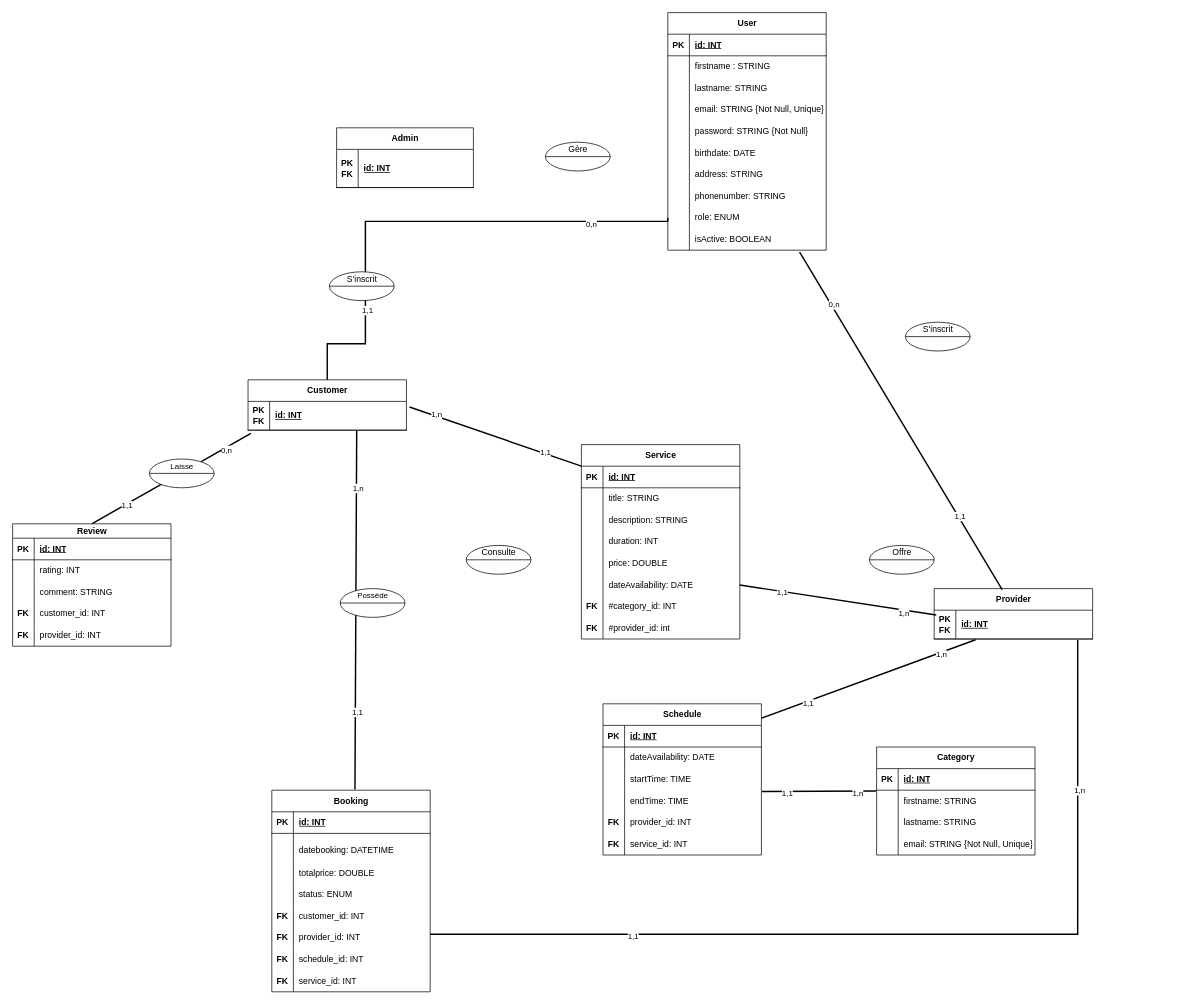
The draw.io diagram BB_diagrams_entite.drawio in Steony/BeautyBookerApp, before the edit. Source tidied: cells renumbered, new cells numbered last; positions are measured from the earlier drawing's top-left corner, leaving out a move shared by most shapes. Both pictures are drawn from the tidied source at 72%, with x=0, y=0 at pixel (12, 12).
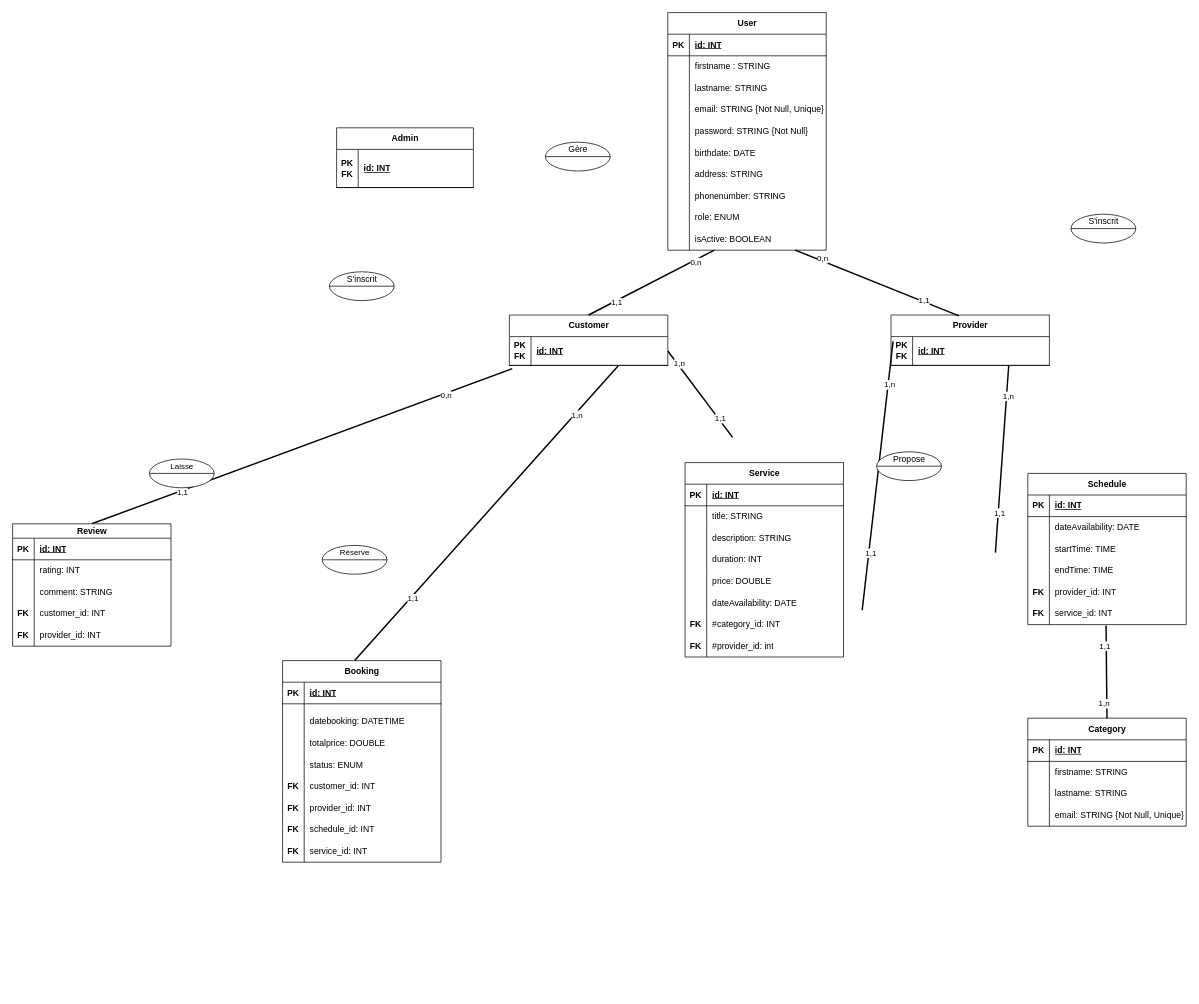
Above is the later version.

Commit message (it also covers changes not shown here):
Mettre à jour BB_diagrams_entite.drawio

The change refers to these unchanged cells:
```xml
<mxCell id="27" style="shape=tableRow;horizontal=0;startSize=0;swimlaneHead=0;swimlaneBody=0;fillColor=none;points=[[0,0.5],[1,0.5]];portConstraint=eastwest;top=0;left=0;right=0;bottom=0;" parent="2" vertex="1">
  <mxGeometry y="270" width="220" height="30" as="geometry" />
</mxCell>
<mxCell id="30" style="shape=tableRow;horizontal=0;startSize=0;swimlaneHead=0;swimlaneBody=0;fillColor=none;points=[[0,0.5],[1,0.5]];portConstraint=eastwest;top=0;left=0;right=0;bottom=0;" parent="2" vertex="1">
  <mxGeometry y="300" width="220" height="30" as="geometry" />
</mxCell>
<mxCell id="34" style="shape=tableRow;horizontal=0;startSize=0;swimlaneHead=0;swimlaneBody=0;fillColor=none;points=[[0,0.5],[1,0.5]];portConstraint=eastwest;top=0;left=0;right=0;bottom=1;" parent="33" vertex="1">
  <mxGeometry y="30" width="220" height="40" as="geometry" />
</mxCell>
<mxCell id="38" style="shape=tableRow;horizontal=0;startSize=0;swimlaneHead=0;swimlaneBody=0;fillColor=none;points=[[0,0.5],[1,0.5]];portConstraint=eastwest;top=0;left=0;right=0;bottom=1;" parent="37" vertex="1">
  <mxGeometry y="30" width="220" height="40" as="geometry" />
</mxCell>
<mxCell id="49" style="shape=tableRow;horizontal=0;startSize=0;swimlaneHead=0;swimlaneBody=0;fillColor=none;points=[[0,0.5],[1,0.5]];portConstraint=eastwest;top=0;left=0;right=0;bottom=0;" parent="45" vertex="1">
  <mxGeometry y="60" width="220" height="30" as="geometry" />
</mxCell>
<mxCell id="59" value="Booking" style="shape=table;startSize=30;childLayout=tableLayout;rowLines=0;fontStyle=1;align=center;html=1;" parent="58" vertex="1">
  <mxGeometry width="220" height="280" as="geometry" />
</mxCell>
<mxCell id="89" value="Service" style="shape=table;startSize=30;childLayout=tableLayout;rowLines=0;fontStyle=1;align=center;html=1;" parent="88" vertex="1">
  <mxGeometry width="220" height="270" as="geometry" />
</mxCell>
<mxCell id="105" style="shape=tableRow;horizontal=0;startSize=0;swimlaneHead=0;swimlaneBody=0;fillColor=none;points=[[0,0.5],[1,0.5]];portConstraint=eastwest;top=0;left=0;right=0;bottom=0;" parent="89" vertex="1">
  <mxGeometry y="180" width="220" height="30" as="geometry" />
</mxCell>
<mxCell id="185" value="Schedule" style="shape=table;startSize=30;childLayout=tableLayout;rowLines=0;fontStyle=1;align=center;html=1;" parent="181" vertex="1">
  <mxGeometry width="220" height="210" as="geometry" />
</mxCell>
<mxCell id="192" style="shape=tableRow;horizontal=0;startSize=0;swimlaneHead=0;swimlaneBody=0;fillColor=none;points=[[0,0.5],[1,0.5]];portConstraint=eastwest;top=0;left=0;right=0;bottom=0;" parent="185" vertex="1">
  <mxGeometry y="90" width="220" height="30" as="geometry" />
</mxCell>
<mxCell id="201" style="shape=tableRow;horizontal=0;startSize=0;swimlaneHead=0;swimlaneBody=0;fillColor=none;points=[[0,0.5],[1,0.5]];portConstraint=eastwest;top=0;left=0;right=0;bottom=0;" parent="185" vertex="1">
  <mxGeometry y="180" width="220" height="30" as="geometry" />
</mxCell>
```

Diff of the diagram source:
```diff
@@
     <mxCell id="33" value="Customer" style="shape=table;startSize=30;childLayout=tableLayout;rowLines=0;fontStyle=1;align=center;html=1;" parent="1" vertex="1">
-      <mxGeometry x="327" y="510" width="220" height="70" as="geometry" />
+      <mxGeometry x="690" y="420" width="220" height="70" as="geometry" />
     </mxCell>
@@
     <mxCell id="37" value="Provider" style="shape=table;startSize=30;childLayout=tableLayout;rowLines=0;fontStyle=1;align=center;html=1;" parent="1" vertex="1">
-      <mxGeometry x="1280" y="800" width="220" height="70" as="geometry" />
+      <mxGeometry x="1220" y="420" width="220" height="70" as="geometry" />
     </mxCell>
@@
     <mxCell id="45" value="Category" style="shape=table;startSize=30;childLayout=tableLayout;rowLines=0;fontStyle=1;align=center;html=1;" parent="1" vertex="1">
-      <mxGeometry x="1200" y="1020" width="220" height="150" as="geometry" />
+      <mxGeometry x="1410" y="980" width="220" height="150" as="geometry" />
     </mxCell>
@@
     <mxCell id="58" style="group;" parent="1" vertex="1">
-      <mxGeometry x="360" y="1080" width="220" height="280" as="geometry" />
+      <mxGeometry x="375" y="900" width="220" height="280" as="geometry" />
     </mxCell>
@@
     <mxCell id="88" style="group;" parent="1" vertex="1">
-      <mxGeometry x="790" y="600" width="220" height="270" as="geometry" />
+      <mxGeometry x="934" y="625" width="220" height="270" as="geometry" />
     </mxCell>
@@
-    <mxCell id="122" style="endArrow=none;html=1;rounded=0;exitX=0.686;exitY=1.019;exitDx=0;exitDy=0;exitPerimeter=0;strokeWidth=2;entryX=0.525;entryY=-0.003;entryDx=0;entryDy=0;entryPerimeter=0;" parent="1" edge="1" source="34" target="59">
+    <mxCell id="122" style="endArrow=none;html=1;rounded=0;exitX=0.686;exitY=1.019;exitDx=0;exitDy=0;exitPerimeter=0;strokeWidth=2;entryX=0.455;entryY=0;entryDx=0;entryDy=0;entryPerimeter=0;" parent="1" edge="1" source="34" target="59">
       <mxGeometry relative="1" as="geometry" />
     </mxCell>
@@
     <mxCell id="125" style="group;" parent="1" vertex="1">
-      <mxGeometry x="455" y="800" width="90" height="40" as="geometry" />
+      <mxGeometry x="430" y="740" width="90" height="40" as="geometry" />
     </mxCell>
@@
-    <mxCell id="127" value="&lt;font style=&quot;font-size: 11px;&quot;&gt;Possède&lt;/font&gt;" style="text;html=1;align=center;verticalAlign=middle;whiteSpace=wrap;rounded=0;" parent="125" vertex="1">
+    <mxCell id="127" value="&lt;font style=&quot;font-size: 11px;&quot;&gt;Réserve&lt;/font&gt;" style="text;html=1;align=center;verticalAlign=middle;whiteSpace=wrap;rounded=0;" parent="125" vertex="1">
       <mxGeometry x="17.5" width="55" height="20" as="geometry" />
     </mxCell>
-    <mxCell id="128" style="endArrow=none;html=1;rounded=0;exitX=1.019;exitY=0.195;exitDx=0;exitDy=0;exitPerimeter=0;strokeWidth=2;entryX=0;entryY=0.111;entryDx=0;entryDy=0;entryPerimeter=0;" parent="1" edge="1" source="34" target="89">
-      <mxGeometry relative="1" as="geometry" />
+    <mxCell id="128" style="endArrow=none;html=1;rounded=0;exitX=1;exitY=0.5;exitDx=0;exitDy=0;strokeWidth=2;" parent="1" edge="1" source="34">
+      <mxGeometry relative="1" as="geometry">
+        <mxPoint x="1000" y="590" as="targetPoint" />
+      </mxGeometry>
     </mxCell>
@@
-    <mxCell id="131" style="group;" parent="1" vertex="1">
-      <mxGeometry x="630" y="740" width="90" height="40" as="geometry" />
-    </mxCell>
-    <mxCell id="132" style="shape=lineEllipse;perimeter=ellipsePerimeter;whiteSpace=wrap;html=1;backgroundOutline=1;" parent="131" vertex="1">
-      <mxGeometry width="90" height="40" as="geometry" />
-    </mxCell>
-    <mxCell id="133" value="Consulte" style="text;html=1;align=center;verticalAlign=middle;whiteSpace=wrap;rounded=0;" parent="131" vertex="1">
-      <mxGeometry x="17.5" width="55" height="20" as="geometry" />
-    </mxCell>
@@
-    <mxCell id="137" style="endArrow=none;html=1;rounded=0;strokeWidth=2;entryX=1;entryY=0.5;entryDx=0;entryDy=0;exitX=0.013;exitY=0.168;exitDx=0;exitDy=0;exitPerimeter=0;" parent="1" edge="1" source="38" target="105">
-      <mxGeometry relative="1" as="geometry" />
+    <mxCell id="137" style="endArrow=none;html=1;rounded=0;strokeWidth=2;exitX=0.013;exitY=0.168;exitDx=0;exitDy=0;exitPerimeter=0;" parent="1" edge="1" source="38">
+      <mxGeometry relative="1" as="geometry">
+        <mxPoint x="1180" y="830" as="targetPoint" />
+      </mxGeometry>
     </mxCell>
@@
-    <mxCell id="140" style="endArrow=none;html=1;rounded=0;entryX=0.5;entryY=0;entryDx=0;entryDy=0;strokeWidth=2;edgeStyle=orthogonalEdgeStyle;exitX=0;exitY=0.5;exitDx=0;exitDy=0;" parent="1" edge="1" source="27" target="33">
-      <mxGeometry relative="1" as="geometry">
-        <Array as="points">
-          <mxPoint x="910" y="290" />
-          <mxPoint x="490" y="290" />
-          <mxPoint x="490" y="460" />
-          <mxPoint x="437" y="460" />
-        </Array>
-      </mxGeometry>
+    <mxCell id="140" style="endArrow=none;html=1;rounded=0;entryX=0.5;entryY=0;entryDx=0;entryDy=0;strokeWidth=2;exitX=0.294;exitY=0.995;exitDx=0;exitDy=0;exitPerimeter=0;" parent="1" edge="1" source="30" target="33">
+      <mxGeometry relative="1" as="geometry" />
     </mxCell>
@@
-    <mxCell id="143" style="endArrow=none;html=1;rounded=0;entryX=0.429;entryY=0.018;entryDx=0;entryDy=0;strokeWidth=2;exitX=0.832;exitY=1.084;exitDx=0;exitDy=0;exitPerimeter=0;entryPerimeter=0;" parent="1" edge="1" source="30" target="37">
+    <mxCell id="143" style="endArrow=none;html=1;rounded=0;entryX=0.429;entryY=0.018;entryDx=0;entryDy=0;strokeWidth=2;entryPerimeter=0;exitX=0.804;exitY=0.995;exitDx=0;exitDy=0;exitPerimeter=0;" parent="1" edge="1" source="30" target="37">
       <mxGeometry relative="1" as="geometry" />
     </mxCell>
@@
     <mxCell id="149" style="group;" parent="1" vertex="1">
-      <mxGeometry x="1240" y="430" width="90" height="40" as="geometry" />
+      <mxGeometry x="1470" y="280" width="90" height="40" as="geometry" />
     </mxCell>
@@
     <mxCell id="152" style="group;" parent="1" vertex="1">
-      <mxGeometry x="1190" y="740" width="90" height="40" as="geometry" />
+      <mxGeometry x="1200" y="610" width="90" height="40" as="geometry" />
     </mxCell>
@@
-    <mxCell id="154" value="Offre" style="text;html=1;align=center;verticalAlign=middle;whiteSpace=wrap;rounded=0;" parent="152" vertex="1">
+    <mxCell id="154" value="Propose" style="text;html=1;align=center;verticalAlign=middle;whiteSpace=wrap;rounded=0;" parent="152" vertex="1">
       <mxGeometry x="17.5" width="55" height="20" as="geometry" />
     </mxCell>
-    <mxCell id="155" style="endArrow=none;html=1;rounded=0;strokeWidth=2;edgeStyle=orthogonalEdgeStyle;exitX=0.906;exitY=1.031;exitDx=0;exitDy=0;exitPerimeter=0;" parent="1" edge="1" source="38">
-      <mxGeometry relative="1" as="geometry">
-        <mxPoint x="580" y="1280" as="targetPoint" />
-        <Array as="points">
-          <mxPoint x="1479" y="1280" />
-          <mxPoint x="580" y="1280" />
-        </Array>
-      </mxGeometry>
-    </mxCell>
-    <mxCell id="156" value="1,n" style="edgeLabel;html=1;align=center;verticalAlign=middle;" parent="155" vertex="1">
-      <mxGeometry x="-0.68" y="3" relative="1" as="geometry">
-        <mxPoint x="-1" as="offset" />
-      </mxGeometry>
-    </mxCell>
-    <mxCell id="157" value="1,1" style="edgeLabel;html=1;align=center;verticalAlign=middle;" parent="155" vertex="1">
-      <mxGeometry x="0.57" y="2" relative="1" as="geometry" />
-    </mxCell>
@@
-    <mxCell id="178" style="endArrow=none;html=1;rounded=0;strokeWidth=2;entryX=1.004;entryY=1.057;entryDx=0;entryDy=0;exitX=-0.004;exitY=0.033;exitDx=0;exitDy=0;exitPerimeter=0;entryPerimeter=0;" parent="1" edge="1" source="49" target="192">
+    <mxCell id="178" style="endArrow=none;html=1;rounded=0;strokeWidth=2;entryX=0.494;entryY=1.039;entryDx=0;entryDy=0;exitX=0.5;exitY=0;exitDx=0;exitDy=0;entryPerimeter=0;" parent="1" edge="1" source="45" target="201">
       <mxGeometry relative="1" as="geometry" />
     </mxCell>
@@
     <mxCell id="181" style="group;" parent="1" vertex="1">
-      <mxGeometry x="820" y="960" width="220" height="210" as="geometry" />
+      <mxGeometry x="1410" y="640" width="220" height="210" as="geometry" />
     </mxCell>
@@
-    <mxCell id="204" style="endArrow=none;html=1;rounded=0;strokeWidth=2;entryX=1;entryY=0.095;entryDx=0;entryDy=0;exitX=0.261;exitY=1.025;exitDx=0;exitDy=0;exitPerimeter=0;entryPerimeter=0;" parent="1" edge="1" source="38" target="185">
-      <mxGeometry relative="1" as="geometry" />
+    <mxCell id="204" style="endArrow=none;html=1;rounded=0;strokeWidth=2;exitX=0.743;exitY=1.013;exitDx=0;exitDy=0;exitPerimeter=0;" parent="1" edge="1" source="38">
+      <mxGeometry relative="1" as="geometry">
+        <mxPoint x="1365" y="750" as="targetPoint" />
+      </mxGeometry>
     </mxCell>
```
